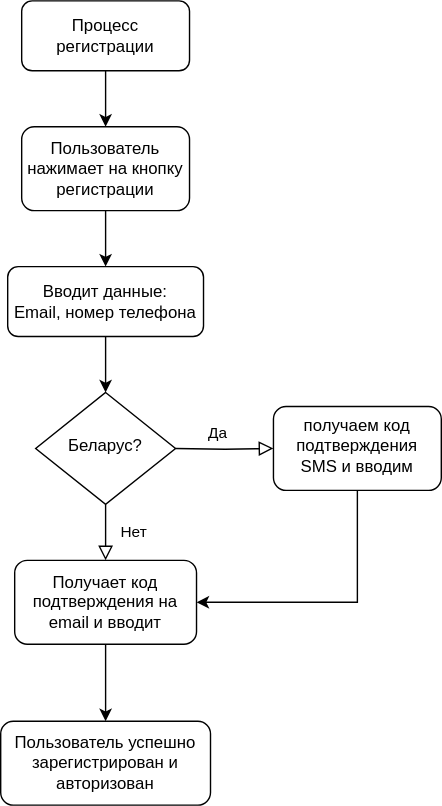
whitebird-roman-gruzd/whitebird-en-docs keeps this draw.io diagram as sdk/Registration.drawio.svg. Above is the earlier version. Source tidied: cells renumbered, new cells last; positions are measured from the earlier drawing's top-left corner, leaving out a move shared by most shapes.
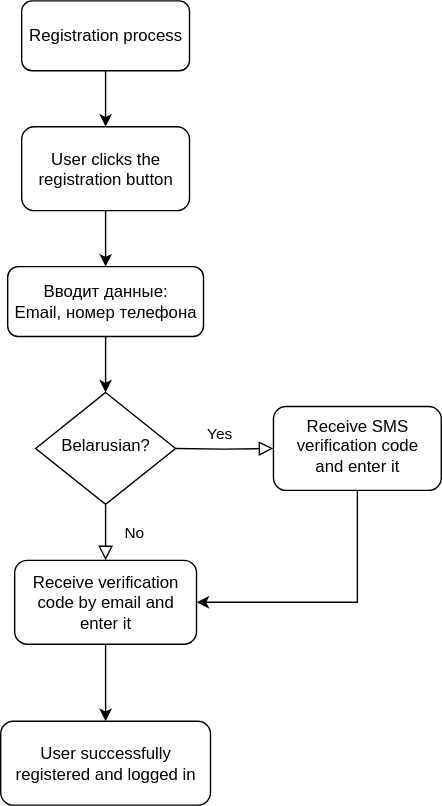
Later version of the same file.

Diff of the diagram source:
```diff
@@ -5,13 +5,13 @@
     <mxCell id="2" style="edgeStyle=orthogonalEdgeStyle;rounded=0;jettySize=auto;html=1;" parent="1" edge="1" source="3" target="5">
       <mxGeometry relative="1" as="geometry" />
     </mxCell>
-    <mxCell id="3" value="Процесс регистрации" style="rounded=1;whiteSpace=wrap;html=1;fontSize=12;glass=0;strokeWidth=1;shadow=0;" parent="1" vertex="1">
+    <mxCell id="3" value="Registration process" style="rounded=1;whiteSpace=wrap;html=1;fontSize=12;glass=0;strokeWidth=1;shadow=0;" parent="1" vertex="1">
       <mxGeometry x="15" width="120" height="50" as="geometry" />
     </mxCell>
     <mxCell id="4" style="edgeStyle=orthogonalEdgeStyle;rounded=0;jettySize=auto;html=1;" parent="1" edge="1" source="5" target="7">
       <mxGeometry relative="1" as="geometry" />
     </mxCell>
-    <mxCell id="5" value="Пользователь нажимает на кнопку регистрации" style="rounded=1;whiteSpace=wrap;html=1;fontSize=12;glass=0;strokeWidth=1;shadow=0;" parent="1" vertex="1">
+    <mxCell id="5" value="User clicks the registration button" style="rounded=1;whiteSpace=wrap;html=1;fontSize=12;glass=0;strokeWidth=1;shadow=0;" parent="1" vertex="1">
       <mxGeometry x="15" y="90" width="120" height="60" as="geometry" />
     </mxCell>
     <mxCell id="6" style="edgeStyle=orthogonalEdgeStyle;rounded=0;jettySize=auto;html=1;" parent="1" edge="1" source="7" target="8">
@@ -20,7 +20,7 @@
     <mxCell id="7" value="Вводит данные:&lt;div&gt;Email, номер телефона&lt;/div&gt;" style="rounded=1;whiteSpace=wrap;html=1;fontSize=12;glass=0;strokeWidth=1;shadow=0;" parent="1" vertex="1">
       <mxGeometry x="5" y="190" width="140" height="50" as="geometry" />
     </mxCell>
-    <mxCell id="8" value="Беларус?" style="rhombus;whiteSpace=wrap;html=1;shadow=0;fontFamily=Helvetica;fontSize=12;align=center;strokeWidth=1;spacing=6;spacingTop=-4;" parent="1" vertex="1">
+    <mxCell id="8" value="Belarusian?" style="rhombus;whiteSpace=wrap;html=1;shadow=0;fontFamily=Helvetica;fontSize=12;align=center;strokeWidth=1;spacing=6;spacingTop=-4;" parent="1" vertex="1">
       <mxGeometry x="25" y="280" width="100" height="80" as="geometry" />
     </mxCell>
     <mxCell id="9" style="edgeStyle=orthogonalEdgeStyle;rounded=0;jettySize=auto;html=1;entryX=1;entryY=0.5;entryDx=0;entryDy=0;" parent="1" edge="1" source="10" target="14">
@@ -30,25 +30,25 @@
         </Array>
       </mxGeometry>
     </mxCell>
-    <mxCell id="10" value="получаем код подтверждения SMS и вводим" style="rounded=1;whiteSpace=wrap;html=1;shadow=0;strokeWidth=1;spacing=6;spacingTop=-4;" parent="1" vertex="1">
+    <mxCell id="10" value="Receive SMS verification code and enter it" style="rounded=1;whiteSpace=wrap;html=1;shadow=0;strokeWidth=1;spacing=6;spacingTop=-4;" parent="1" vertex="1">
       <mxGeometry x="195" y="290" width="120" height="60" as="geometry" />
     </mxCell>
-    <mxCell id="11" value="Да" style="rounded=0;html=1;jettySize=auto;fontSize=11;endArrow=block;endFill=0;endSize=8;strokeWidth=1;shadow=0;labelBackgroundColor=none;edgeStyle=orthogonalEdgeStyle;entryX=0;entryY=0.5;entryDx=0;entryDy=0;" parent="1" edge="1" target="10">
+    <mxCell id="11" value="Yes" style="rounded=0;html=1;jettySize=auto;fontSize=11;endArrow=block;endFill=0;endSize=8;strokeWidth=1;shadow=0;labelBackgroundColor=none;edgeStyle=orthogonalEdgeStyle;entryX=0;entryY=0.5;entryDx=0;entryDy=0;" parent="1" edge="1" target="10">
       <mxGeometry x="-0.15" y="10" relative="1" as="geometry">
         <mxPoint x="125" y="320" as="sourcePoint" />
         <mxPoint x="1" y="-1" as="offset" />
       </mxGeometry>
     </mxCell>
-    <mxCell id="12" value="Нет" style="edgeStyle=orthogonalEdgeStyle;rounded=0;html=1;jettySize=auto;fontSize=11;endArrow=block;endFill=0;endSize=8;strokeWidth=1;shadow=0;labelBackgroundColor=none;exitX=0.5;exitY=1;exitDx=0;exitDy=0;entryX=0.5;entryY=0;entryDx=0;entryDy=0;" parent="1" edge="1" source="8" target="14">
+    <mxCell id="12" value="No" style="edgeStyle=orthogonalEdgeStyle;rounded=0;html=1;jettySize=auto;fontSize=11;endArrow=block;endFill=0;endSize=8;strokeWidth=1;shadow=0;labelBackgroundColor=none;exitX=0.5;exitY=1;exitDx=0;exitDy=0;entryX=0.5;entryY=0;entryDx=0;entryDy=0;" parent="1" edge="1" source="8" target="14">
       <mxGeometry y="20" relative="1" as="geometry" />
     </mxCell>
     <mxCell id="13" style="edgeStyle=orthogonalEdgeStyle;rounded=0;jettySize=auto;html=1;" parent="1" edge="1" source="14" target="15">
       <mxGeometry relative="1" as="geometry" />
     </mxCell>
-    <mxCell id="14" value="Получает код подтверждения на email и вводит" style="rounded=1;whiteSpace=wrap;html=1;fontSize=12;glass=0;strokeWidth=1;shadow=0;" parent="1" vertex="1">
+    <mxCell id="14" value="Receive verification code by email and enter it" style="rounded=1;whiteSpace=wrap;html=1;fontSize=12;glass=0;strokeWidth=1;shadow=0;" parent="1" vertex="1">
       <mxGeometry x="10" y="400" width="130" height="60" as="geometry" />
     </mxCell>
-    <mxCell id="15" value="Пользователь успешно зарегистрирован и авторизован" style="rounded=1;whiteSpace=wrap;html=1;glass=0;strokeWidth=1;shadow=0;" parent="1" vertex="1">
+    <mxCell id="15" value="User successfully registered and logged in" style="rounded=1;whiteSpace=wrap;html=1;glass=0;strokeWidth=1;shadow=0;" parent="1" vertex="1">
       <mxGeometry y="515" width="150" height="60" as="geometry" />
     </mxCell>
   </root>
```
